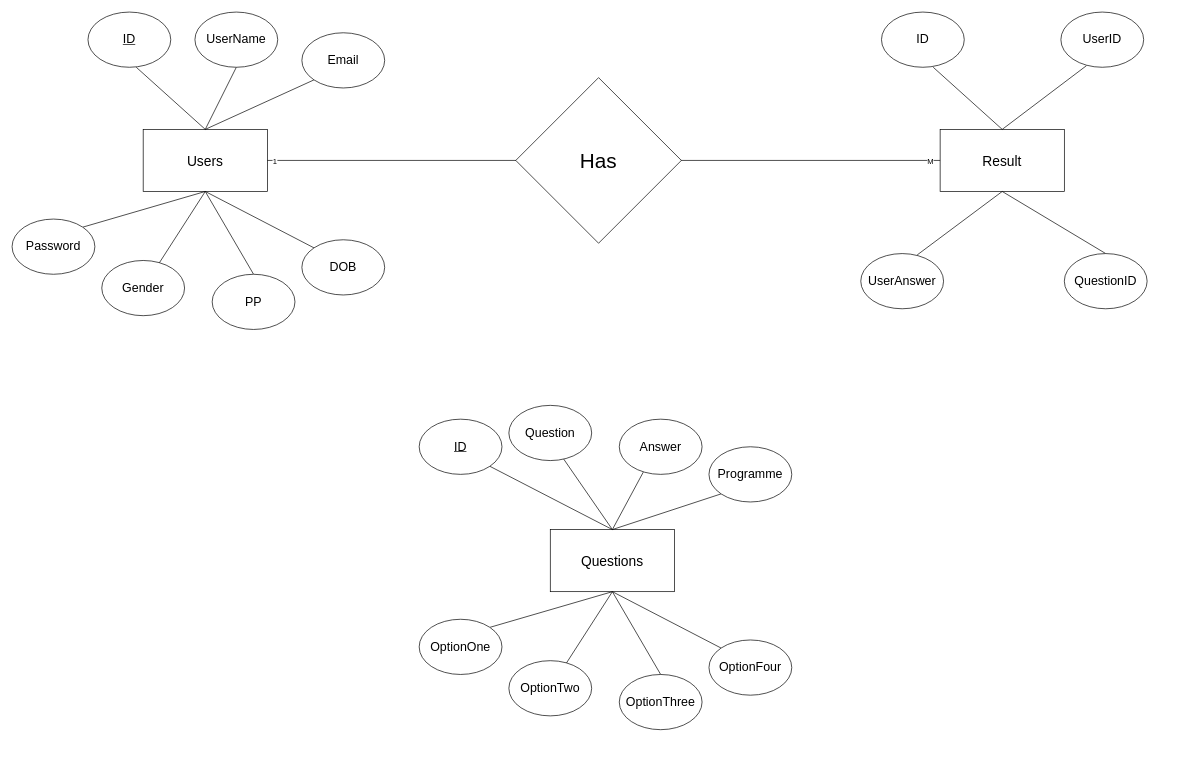
This is static/Project Diagram/ER-Diagram.drawio from sainisoftravi/online_entrance, a draw.io file, before an edit. Source tidied: cells renumbered, new cells numbered last; positions are measured from the earlier drawing's top-left corner, leaving out a move shared by most shapes. Both pictures are drawn from the tidied source at 69%, with x=0, y=0 at pixel (12, 12).
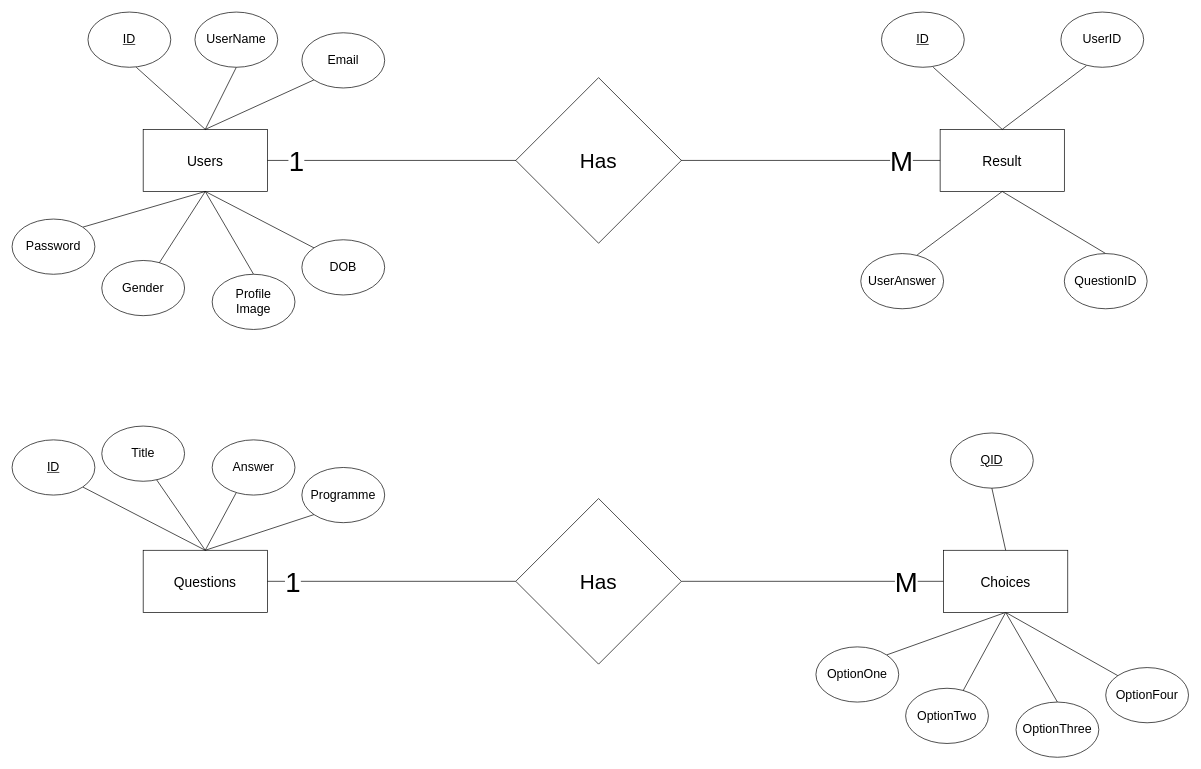
The same diagram, later.

The change refers to these unchanged cells:
```xml
<mxCell id="41" style="endArrow=none;html=1;rounded=0;exitX=1;exitY=0.5;exitDx=0;exitDy=0;entryX=0;entryY=0.5;entryDx=0;entryDy=0;" parent="1" edge="1" source="17" target="32">
  <mxGeometry relative="1" as="geometry" />
</mxCell>
```

Diff of the diagram source:
```diff
@@
     <mxCell id="2" value="&lt;font style=&quot;font-size: 20px;&quot;&gt;Questions&lt;/font&gt;" style="rounded=0;whiteSpace=wrap;html=1;" parent="1" vertex="1">
-      <mxGeometry x="780" y="750" width="180" height="90" as="geometry" />
+      <mxGeometry x="190" y="780" width="180" height="90" as="geometry" />
     </mxCell>
@@
     <mxCell id="4" value="&lt;font style=&quot;font-size: 18px;&quot;&gt;&lt;u&gt;ID&lt;/u&gt;&lt;/font&gt;" style="ellipse;whiteSpace=wrap;html=1;" parent="1" vertex="1">
-      <mxGeometry x="590" y="590" width="120" height="80" as="geometry" />
+      <mxGeometry y="620" width="120" height="80" as="geometry" />
     </mxCell>
@@
-    <mxCell id="6" value="&lt;font style=&quot;font-size: 18px;&quot;&gt;Question&lt;/font&gt;" style="ellipse;whiteSpace=wrap;html=1;" parent="1" vertex="1">
-      <mxGeometry x="720" y="570" width="120" height="80" as="geometry" />
+    <mxCell id="6" value="&lt;font style=&quot;font-size: 18px;&quot;&gt;Title&lt;/font&gt;" style="ellipse;whiteSpace=wrap;html=1;" parent="1" vertex="1">
+      <mxGeometry x="130" y="600" width="120" height="80" as="geometry" />
     </mxCell>
@@
     <mxCell id="8" value="&lt;font style=&quot;font-size: 18px;&quot;&gt;Answer&lt;/font&gt;" style="ellipse;whiteSpace=wrap;html=1;" parent="1" vertex="1">
-      <mxGeometry x="880" y="590" width="120" height="80" as="geometry" />
+      <mxGeometry x="290" y="620" width="120" height="80" as="geometry" />
     </mxCell>
-    <mxCell id="9" style="endArrow=none;html=1;rounded=0;exitX=0.5;exitY=1;exitDx=0;exitDy=0;entryX=0.692;entryY=0.05;entryDx=0;entryDy=0;entryPerimeter=0;" parent="1" edge="1" source="2" target="10">
+    <mxCell id="9" style="endArrow=none;html=1;rounded=0;exitX=0.5;exitY=1;exitDx=0;exitDy=0;entryX=0.692;entryY=0.05;entryDx=0;entryDy=0;entryPerimeter=0;" parent="1" edge="1" source="49" target="10">
       <mxGeometry relative="1" as="geometry" />
     </mxCell>
     <mxCell id="10" value="&lt;font style=&quot;font-size: 18px;&quot;&gt;OptionTwo&lt;/font&gt;" style="ellipse;whiteSpace=wrap;html=1;direction=east;" parent="1" vertex="1">
-      <mxGeometry x="720" y="940" width="120" height="80" as="geometry" />
+      <mxGeometry x="1295" y="980" width="120" height="80" as="geometry" />
     </mxCell>
-    <mxCell id="11" style="endArrow=none;html=1;rounded=0;entryX=0.5;entryY=0;entryDx=0;entryDy=0;exitX=0.5;exitY=1;exitDx=0;exitDy=0;" parent="1" edge="1" source="2" target="12">
+    <mxCell id="11" style="endArrow=none;html=1;rounded=0;entryX=0.5;entryY=0;entryDx=0;entryDy=0;exitX=0.5;exitY=1;exitDx=0;exitDy=0;" parent="1" edge="1" source="49" target="12">
       <mxGeometry relative="1" as="geometry" />
     </mxCell>
     <mxCell id="12" value="&lt;font style=&quot;font-size: 18px;&quot;&gt;OptionThree&lt;/font&gt;" style="ellipse;whiteSpace=wrap;html=1;direction=east;" parent="1" vertex="1">
-      <mxGeometry x="880" y="960" width="120" height="80" as="geometry" />
+      <mxGeometry x="1455" y="1000" width="120" height="80" as="geometry" />
     </mxCell>
-    <mxCell id="13" style="endArrow=none;html=1;rounded=0;exitX=0.5;exitY=1;exitDx=0;exitDy=0;entryX=0;entryY=0;entryDx=0;entryDy=0;" parent="1" edge="1" source="2" target="14">
+    <mxCell id="13" style="endArrow=none;html=1;rounded=0;exitX=0.5;exitY=1;exitDx=0;exitDy=0;entryX=0;entryY=0;entryDx=0;entryDy=0;" parent="1" edge="1" source="49" target="14">
       <mxGeometry relative="1" as="geometry" />
     </mxCell>
     <mxCell id="14" value="&lt;font style=&quot;font-size: 18px;&quot;&gt;OptionFour&lt;/font&gt;" style="ellipse;whiteSpace=wrap;html=1;direction=east;" parent="1" vertex="1">
-      <mxGeometry x="1010" y="910" width="120" height="80" as="geometry" />
+      <mxGeometry x="1585" y="950" width="120" height="80" as="geometry" />
     </mxCell>
-    <mxCell id="15" style="endArrow=none;html=1;rounded=0;exitX=0.5;exitY=1;exitDx=0;exitDy=0;entryX=1;entryY=0;entryDx=0;entryDy=0;" parent="1" edge="1" source="2" target="16">
+    <mxCell id="15" style="endArrow=none;html=1;rounded=0;exitX=0.5;exitY=1;exitDx=0;exitDy=0;entryX=1;entryY=0;entryDx=0;entryDy=0;" parent="1" edge="1" source="49" target="16">
       <mxGeometry relative="1" as="geometry" />
     </mxCell>
     <mxCell id="16" value="&lt;font style=&quot;font-size: 18px;&quot;&gt;OptionOne&lt;/font&gt;" style="ellipse;whiteSpace=wrap;html=1;direction=east;" parent="1" vertex="1">
-      <mxGeometry x="590" y="880" width="120" height="80" as="geometry" />
+      <mxGeometry x="1165" y="920" width="120" height="80" as="geometry" />
     </mxCell>
@@
-    <mxCell id="27" value="&lt;font style=&quot;font-size: 18px;&quot;&gt;PP&lt;/font&gt;" style="ellipse;whiteSpace=wrap;html=1;direction=east;" parent="1" vertex="1">
+    <mxCell id="27" value="&lt;font style=&quot;font-size: 18px;&quot;&gt;Profile&lt;br&gt;Image&lt;/font&gt;" style="ellipse;whiteSpace=wrap;html=1;direction=east;" parent="1" vertex="1">
       <mxGeometry x="290" y="380" width="120" height="80" as="geometry" />
     </mxCell>
@@
-    <mxCell id="34" value="&lt;font style=&quot;font-size: 18px;&quot;&gt;ID&lt;/font&gt;" style="ellipse;whiteSpace=wrap;html=1;" parent="1" vertex="1">
+    <mxCell id="34" value="&lt;font style=&quot;font-size: 18px;&quot;&gt;&lt;u&gt;ID&lt;/u&gt;&lt;/font&gt;" style="ellipse;whiteSpace=wrap;html=1;" parent="1" vertex="1">
       <mxGeometry x="1260" width="120" height="80" as="geometry" />
     </mxCell>
@@
-    <mxCell id="42" value="1" style="edgeLabel;html=1;align=center;verticalAlign=middle;" parent="41" vertex="1">
-      <mxGeometry x="-0.98" relative="1" as="geometry" />
+    <mxCell id="42" value="&lt;font style=&quot;font-size: 40px;&quot;&gt;1&lt;/font&gt;" style="edgeLabel;html=1;align=center;verticalAlign=middle;" parent="41" vertex="1">
+      <mxGeometry x="-0.98" relative="1" as="geometry">
+        <mxPoint x="31" as="offset" />
+      </mxGeometry>
     </mxCell>
-    <mxCell id="43" value="M" style="edgeLabel;html=1;align=center;verticalAlign=middle;" parent="41" vertex="1">
-      <mxGeometry x="0.97" relative="1" as="geometry" />
+    <mxCell id="43" value="&lt;font style=&quot;font-size: 40px;&quot;&gt;M&lt;/font&gt;" style="edgeLabel;html=1;align=center;verticalAlign=middle;" parent="41" vertex="1">
+      <mxGeometry x="0.97" relative="1" as="geometry">
+        <mxPoint x="-42" as="offset" />
+      </mxGeometry>
     </mxCell>
@@
     <mxCell id="46" value="&lt;font style=&quot;font-size: 18px;&quot;&gt;Programme&lt;/font&gt;" style="ellipse;whiteSpace=wrap;html=1;" parent="1" vertex="1">
-      <mxGeometry x="1010" y="630" width="120" height="80" as="geometry" />
+      <mxGeometry x="420" y="660" width="120" height="80" as="geometry" />
     </mxCell>
+    <mxCell id="47" style="endArrow=none;html=1;rounded=0;exitX=1;exitY=0.5;exitDx=0;exitDy=0;entryX=0;entryY=0.5;entryDx=0;entryDy=0;" parent="1" edge="1" source="54" target="49">
+      <mxGeometry relative="1" as="geometry" />
+    </mxCell>
+    <mxCell id="48" value="&lt;font style=&quot;font-size: 40px;&quot;&gt;M&lt;/font&gt;" style="edgeLabel;html=1;align=center;verticalAlign=middle;" parent="47" vertex="1">
+      <mxGeometry x="0.9" y="1" relative="1" as="geometry">
+        <mxPoint x="-36" y="1" as="offset" />
+      </mxGeometry>
+    </mxCell>
+    <mxCell id="49" value="&lt;font style=&quot;font-size: 20px;&quot;&gt;Choices&lt;/font&gt;" style="rounded=0;whiteSpace=wrap;html=1;" parent="1" vertex="1">
+      <mxGeometry x="1350" y="780" width="180" height="90" as="geometry" />
+    </mxCell>
+    <mxCell id="50" value="&lt;font style=&quot;font-size: 18px;&quot;&gt;&lt;u&gt;QID&lt;/u&gt;&lt;/font&gt;" style="ellipse;whiteSpace=wrap;html=1;" parent="1" vertex="1">
+      <mxGeometry x="1360" y="610" width="120" height="80" as="geometry" />
+    </mxCell>
+    <mxCell id="51" style="endArrow=none;html=1;rounded=0;exitX=0.5;exitY=0;exitDx=0;exitDy=0;entryX=0.5;entryY=1;entryDx=0;entryDy=0;" parent="1" edge="1" source="49" target="50">
+      <mxGeometry relative="1" as="geometry" />
+    </mxCell>
+    <mxCell id="52" style="endArrow=none;html=1;rounded=0;exitX=1;exitY=0.5;exitDx=0;exitDy=0;entryX=0;entryY=0.5;entryDx=0;entryDy=0;" parent="1" edge="1" source="2" target="54">
+      <mxGeometry relative="1" as="geometry" />
+    </mxCell>
+    <mxCell id="53" value="&lt;font style=&quot;font-size: 40px;&quot;&gt;1&lt;/font&gt;" style="edgeLabel;html=1;align=center;verticalAlign=middle;" parent="52" vertex="1">
+      <mxGeometry x="-0.93" relative="1" as="geometry">
+        <mxPoint x="23" as="offset" />
+      </mxGeometry>
+    </mxCell>
+    <mxCell id="54" value="&lt;font style=&quot;font-size: 30px;&quot;&gt;Has&lt;/font&gt;" style="rhombus;whiteSpace=wrap;html=1;" parent="1" vertex="1">
+      <mxGeometry x="730" y="705" width="240" height="240" as="geometry" />
+    </mxCell>
```
